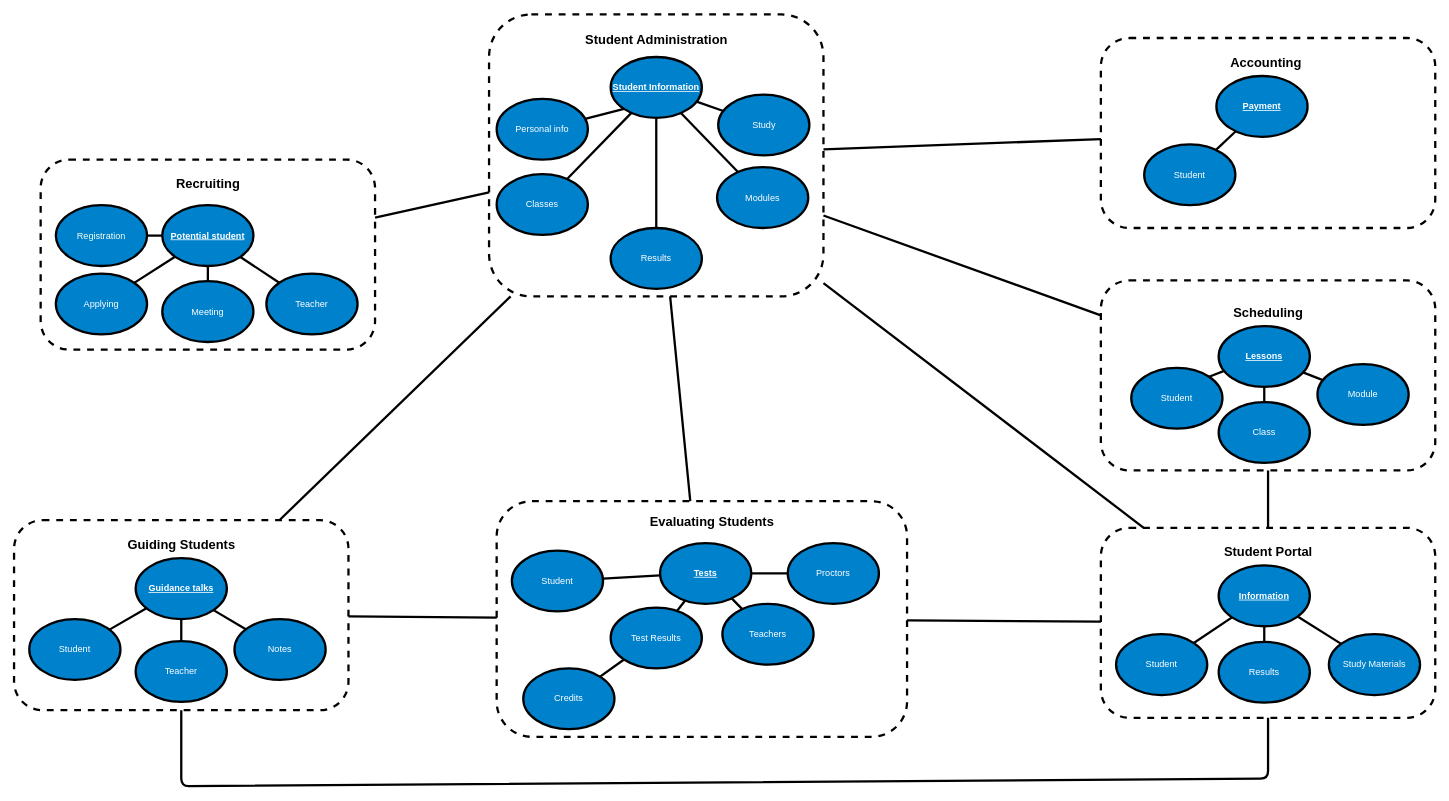
Earlier version of the draw.io diagram Context map.drawio (avantys-solutionarchitecture/documentation). Source tidied: cells renumbered, new cells numbered last; positions are measured from the earlier drawing's top-left corner, leaving out a move shared by most shapes. Both pictures are drawn from the tidied source at 76%, with x=0, y=0 at pixel (14, 14).
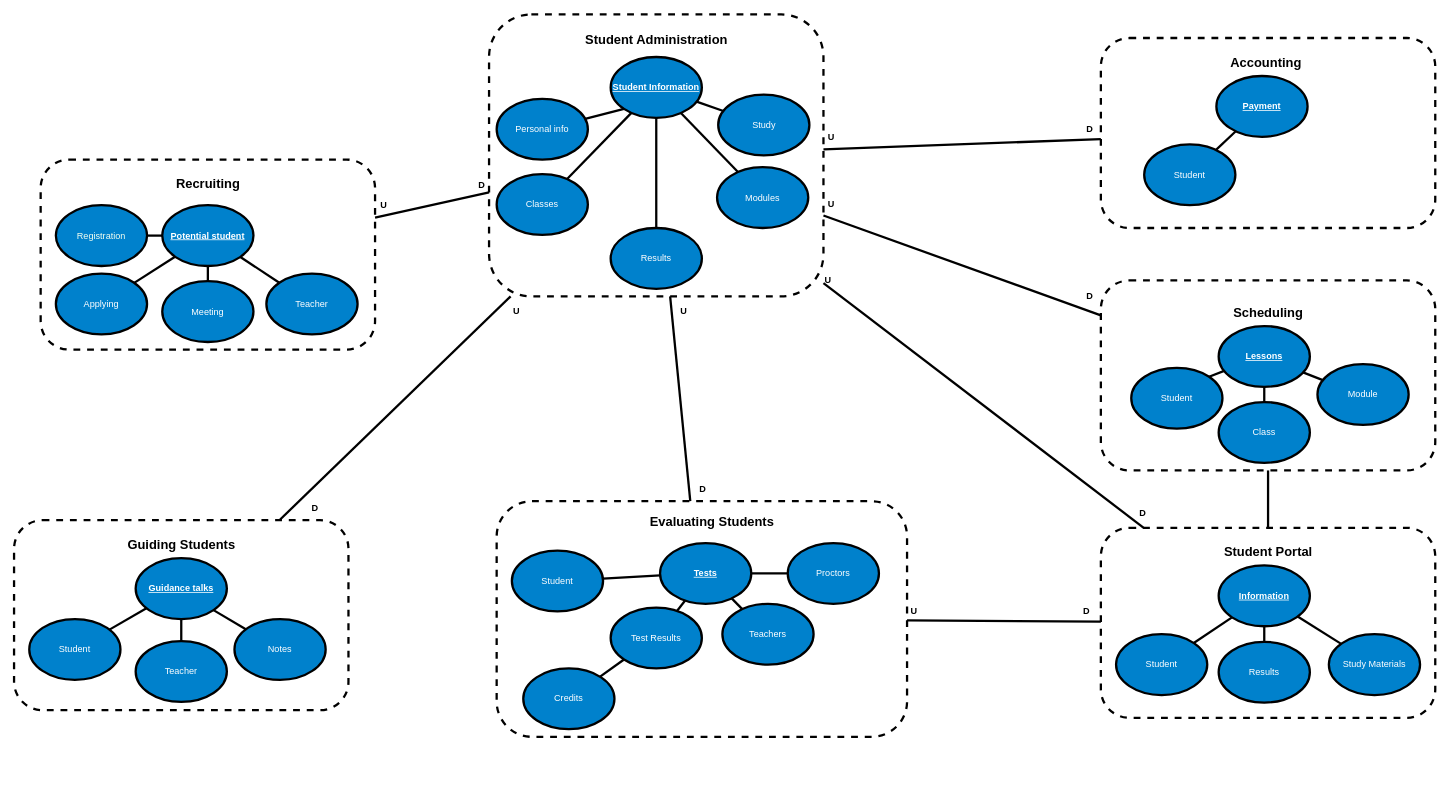
The same diagram, later.

The change refers to these unchanged cells:
```xml
<mxCell id="8" style="rounded=1;whiteSpace=wrap;html=1;dashed=1;strokeWidth=3;" parent="1" vertex="1">
  <mxGeometry x="1430" y="676" width="440" height="250" as="geometry" />
</mxCell>
<mxCell id="10" style="rounded=1;whiteSpace=wrap;html=1;dashed=1;strokeWidth=3;" parent="1" vertex="1">
  <mxGeometry y="666" width="440" height="250" as="geometry" />
</mxCell>
<mxCell id="12" style="rounded=1;whiteSpace=wrap;html=1;dashed=1;strokeWidth=3;" parent="1" vertex="1">
  <mxGeometry x="635" y="641" width="540" height="310" as="geometry" />
</mxCell>
<mxCell id="71" style="endArrow=none;html=1;fontColor=#F3FFF0;strokeWidth=3;" parent="1" edge="1" source="4" target="6">
  <mxGeometry relative="1" as="geometry" />
</mxCell>
<mxCell id="72" style="endArrow=none;html=1;fontColor=#F3FFF0;strokeWidth=3;" parent="1" edge="1" source="4" target="2">
  <mxGeometry relative="1" as="geometry" />
</mxCell>
```

The edit, as a diff of the source:
```diff
@@
+    <mxCell id="81" value="&lt;b&gt;D&lt;/b&gt;" style="text;html=1;align=center;verticalAlign=middle;labelBackgroundColor=#ffffff;" parent="71" vertex="1">
+      <mxGeometry x="0.91" relative="1" as="geometry">
+        <mxPoint x="1" y="-13.5" as="offset" />
+      </mxGeometry>
+    </mxCell>
+    <mxCell id="82" value="&lt;b&gt;D&lt;/b&gt;" style="text;html=1;align=center;verticalAlign=middle;labelBackgroundColor=#ffffff;" parent="71" vertex="1">
+      <mxGeometry x="0.91" relative="1" as="geometry">
+        <mxPoint x="1" y="206.5" as="offset" />
+      </mxGeometry>
+    </mxCell>
+    <mxCell id="83" value="&lt;b&gt;D&lt;/b&gt;" style="text;html=1;align=center;verticalAlign=middle;labelBackgroundColor=#ffffff;" parent="71" vertex="1">
+      <mxGeometry x="0.91" relative="1" as="geometry">
+        <mxPoint x="71" y="491" as="offset" />
+      </mxGeometry>
+    </mxCell>
@@
+    <mxCell id="84" value="U" style="text;html=1;align=center;verticalAlign=middle;labelBackgroundColor=#ffffff;fontStyle=1;" parent="72" vertex="1">
+      <mxGeometry x="0.71" y="1" relative="1" as="geometry">
+        <mxPoint x="-12" y="-12.5" as="offset" />
+      </mxGeometry>
+    </mxCell>
+    <mxCell id="85" value="D" style="text;html=1;align=center;verticalAlign=middle;labelBackgroundColor=#ffffff;fontStyle=1;" parent="72" vertex="1">
+      <mxGeometry x="-0.83" relative="1" as="geometry">
+        <mxPoint x="2.5" y="-11.5" as="offset" />
+      </mxGeometry>
+    </mxCell>
@@
-    <mxCell id="77" style="endArrow=none;html=1;fontColor=#F3FFF0;strokeWidth=3;" parent="1" edge="1" source="10" target="12">
-      <mxGeometry relative="1" as="geometry" />
-    </mxCell>
@@
-    <mxCell id="80" style="endArrow=none;html=1;fontColor=#F3FFF0;strokeWidth=3;" parent="1" edge="1" source="8" target="10">
-      <mxGeometry relative="1" as="geometry">
-        <Array as="points">
-          <mxPoint x="1650" y="1006" />
-          <mxPoint x="220" y="1016" />
-        </Array>
-      </mxGeometry>
-    </mxCell>
+    <mxCell id="86" value="&lt;b&gt;U&lt;/b&gt;" style="text;html=1;align=left;verticalAlign=top;spacingTop=-4;" parent="1" vertex="1">
+      <mxGeometry x="1069" y="151.5" width="20" height="20" as="geometry" />
+    </mxCell>
+    <mxCell id="87" value="&lt;b&gt;U&lt;/b&gt;" style="text;html=1;align=left;verticalAlign=top;spacingTop=-4;" parent="1" vertex="1">
+      <mxGeometry x="1069" y="240.5" width="20" height="20" as="geometry" />
+    </mxCell>
+    <mxCell id="88" value="&lt;b&gt;U&lt;/b&gt;" style="text;html=1;align=left;verticalAlign=top;spacingTop=-4;" parent="1" vertex="1">
+      <mxGeometry x="1065" y="340.5" width="20" height="20" as="geometry" />
+    </mxCell>
+    <mxCell id="89" value="&lt;b&gt;U&lt;/b&gt;" style="text;html=1;align=left;verticalAlign=top;spacingTop=-4;" parent="1" vertex="1">
+      <mxGeometry x="1178" y="776" width="20" height="20" as="geometry" />
+    </mxCell>
+    <mxCell id="90" value="&lt;b&gt;D&lt;/b&gt;" style="text;html=1;align=left;verticalAlign=top;spacingTop=-4;" parent="1" vertex="1">
+      <mxGeometry x="1405" y="776" width="20" height="20" as="geometry" />
+    </mxCell>
+    <mxCell id="91" value="&lt;b&gt;U&lt;/b&gt;" style="text;html=1;align=left;verticalAlign=top;spacingTop=-4;" parent="1" vertex="1">
+      <mxGeometry x="875" y="380.5" width="20" height="20" as="geometry" />
+    </mxCell>
+    <mxCell id="92" value="&lt;b&gt;U&lt;/b&gt;" style="text;html=1;align=left;verticalAlign=top;spacingTop=-4;" parent="1" vertex="1">
+      <mxGeometry x="655" y="380.5" width="20" height="20" as="geometry" />
+    </mxCell>
+    <mxCell id="93" value="&lt;b&gt;D&lt;/b&gt;" style="text;html=1;align=left;verticalAlign=top;spacingTop=-4;" parent="1" vertex="1">
+      <mxGeometry x="390" y="641" width="20" height="20" as="geometry" />
+    </mxCell>
+    <mxCell id="94" value="&lt;b&gt;D&lt;/b&gt;" style="text;html=1;align=left;verticalAlign=top;spacingTop=-4;" parent="1" vertex="1">
+      <mxGeometry x="900" y="616" width="20" height="20" as="geometry" />
+    </mxCell>
```
